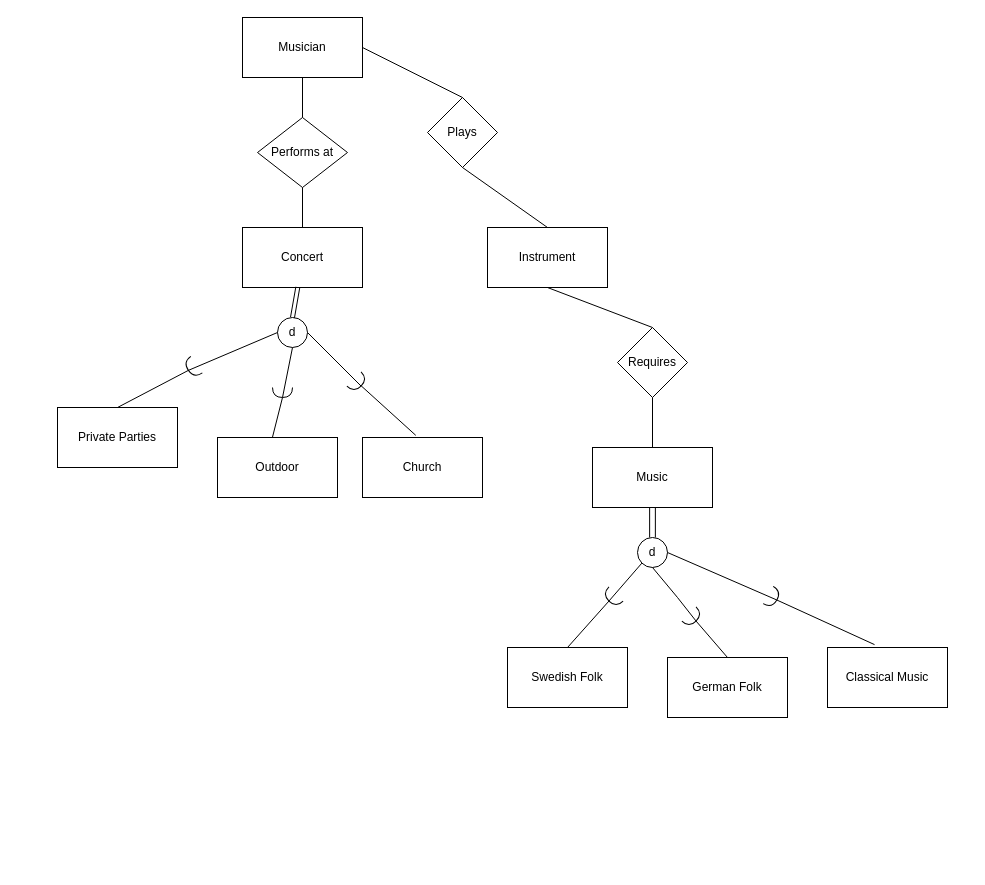
The draw.io diagram Untitled Diagram.drawio in codestrummer29/dbd, before the edit. Source tidied: cells renumbered, new cells numbered last; positions are measured from the earlier drawing's top-left corner, leaving out a move shared by most shapes. Both pictures are drawn from the tidied source at 100%, with x=0, y=0 at pixel (57, 17).
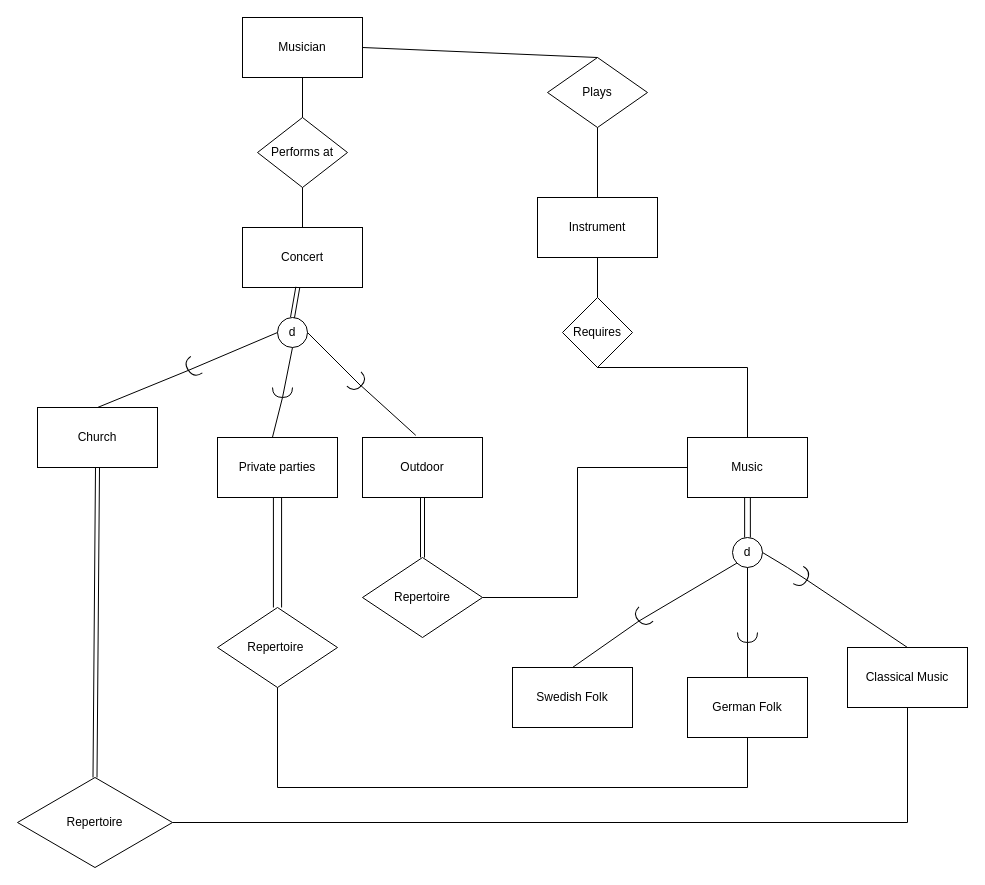
After the change.

The edit, as a diff of the source:
```diff
@@
-    <mxCell id="3" value="Private Parties" style="rounded=0;whiteSpace=wrap;html=1;" parent="1" vertex="1">
-      <mxGeometry y="390" width="120" height="60" as="geometry" />
+    <mxCell id="3" value="Church" style="rounded=0;whiteSpace=wrap;html=1;" parent="1" vertex="1">
+      <mxGeometry x="-20" y="390" width="120" height="60" as="geometry" />
     </mxCell>
-    <mxCell id="4" value="Outdoor" style="rounded=0;whiteSpace=wrap;html=1;" parent="1" vertex="1">
+    <mxCell id="4" value="Private parties" style="rounded=0;whiteSpace=wrap;html=1;" parent="1" vertex="1">
       <mxGeometry x="160" y="420" width="120" height="60" as="geometry" />
     </mxCell>
-    <mxCell id="5" value="Church" style="rounded=0;whiteSpace=wrap;html=1;" parent="1" vertex="1">
+    <mxCell id="5" value="Outdoor" style="rounded=0;whiteSpace=wrap;html=1;" parent="1" vertex="1">
       <mxGeometry x="305" y="420" width="120" height="60" as="geometry" />
     </mxCell>
@@
     <mxCell id="21" value="Plays" style="rhombus;whiteSpace=wrap;html=1;rotation=0;" parent="1" vertex="1">
-      <mxGeometry x="370" y="80" width="70" height="70" as="geometry" />
+      <mxGeometry x="490" y="40" width="100" height="70" as="geometry" />
     </mxCell>
@@
     <mxCell id="24" value="Instrument" style="rounded=0;whiteSpace=wrap;html=1;" parent="1" vertex="1">
-      <mxGeometry x="430" y="210" width="120" height="60" as="geometry" />
+      <mxGeometry x="480" y="180" width="120" height="60" as="geometry" />
     </mxCell>
@@
     <mxCell id="26" value="Requires" style="rhombus;whiteSpace=wrap;html=1;rotation=0;" parent="1" vertex="1">
-      <mxGeometry x="560" y="310" width="70" height="70" as="geometry" />
+      <mxGeometry x="505" y="280" width="70" height="70" as="geometry" />
     </mxCell>
     <mxCell id="27" value="Music" style="rounded=0;whiteSpace=wrap;html=1;" parent="1" vertex="1">
-      <mxGeometry x="535" y="430" width="120" height="60" as="geometry" />
+      <mxGeometry x="630" y="420" width="120" height="60" as="geometry" />
     </mxCell>
     <mxCell id="28" style="endArrow=none;html=1;rounded=0;strokeColor=default;entryX=0.5;entryY=1;entryDx=0;entryDy=0;exitX=0.5;exitY=0;exitDx=0;exitDy=0;" parent="1" edge="1" source="27" target="26">
-      <mxGeometry relative="1" as="geometry" />
+      <mxGeometry relative="1" as="geometry">
+        <Array as="points">
+          <mxPoint x="690" y="350" />
+        </Array>
+      </mxGeometry>
     </mxCell>
     <mxCell id="29" value="d" style="ellipse;whiteSpace=wrap;html=1;" parent="1" vertex="1">
-      <mxGeometry x="580" y="520" width="30" height="30" as="geometry" />
+      <mxGeometry x="675" y="520" width="30" height="30" as="geometry" />
     </mxCell>
@@
     <mxCell id="32" style="shape=requiredInterface;html=1;verticalLabelPosition=bottom;sketch=0;rotation=-225;" parent="1" vertex="1">
-      <mxGeometry x="550" y="570" width="10" height="20" as="geometry" />
+      <mxGeometry x="580" y="590" width="10" height="20" as="geometry" />
     </mxCell>
@@
     <mxCell id="34" value="Swedish Folk" style="rounded=0;whiteSpace=wrap;html=1;" parent="1" vertex="1">
-      <mxGeometry x="450" y="630" width="120" height="60" as="geometry" />
+      <mxGeometry x="455" y="650" width="120" height="60" as="geometry" />
     </mxCell>
     <mxCell id="35" style="endArrow=none;html=1;rounded=0;strokeColor=default;exitX=0.5;exitY=1;exitDx=0;exitDy=0;entryX=1;entryY=0.5;entryDx=0;entryDy=0;entryPerimeter=0;" parent="1" edge="1" source="29" target="36">
-      <mxGeometry relative="1" as="geometry">
-        <Array as="points">
-          <mxPoint x="620" y="580" />
-        </Array>
-      </mxGeometry>
+      <mxGeometry relative="1" as="geometry" />
     </mxCell>
-    <mxCell id="36" style="shape=requiredInterface;html=1;verticalLabelPosition=bottom;sketch=0;rotation=45;" parent="1" vertex="1">
-      <mxGeometry x="630" y="590" width="10" height="20" as="geometry" />
+    <mxCell id="36" style="shape=requiredInterface;html=1;verticalLabelPosition=bottom;sketch=0;rotation=90;" parent="1" vertex="1">
+      <mxGeometry x="685" y="610" width="10" height="20" as="geometry" />
     </mxCell>
@@
     <mxCell id="38" value="German Folk" style="rounded=0;whiteSpace=wrap;html=1;" parent="1" vertex="1">
-      <mxGeometry x="610" y="640" width="120" height="60" as="geometry" />
+      <mxGeometry x="630" y="660" width="120" height="60" as="geometry" />
     </mxCell>
     <mxCell id="39" style="endArrow=none;html=1;rounded=0;strokeColor=default;exitX=1;exitY=0.5;exitDx=0;exitDy=0;entryX=1;entryY=0.5;entryDx=0;entryDy=0;entryPerimeter=0;" parent="1" edge="1" source="29" target="40">
-      <mxGeometry relative="1" as="geometry" />
+      <mxGeometry relative="1" as="geometry">
+        <Array as="points">
+          <mxPoint x="730" y="550" />
+        </Array>
+      </mxGeometry>
     </mxCell>
     <mxCell id="40" style="shape=requiredInterface;html=1;verticalLabelPosition=bottom;sketch=0;rotation=30;" parent="1" vertex="1">
-      <mxGeometry x="710" y="570" width="10" height="20" as="geometry" />
+      <mxGeometry x="740" y="550" width="10" height="20" as="geometry" />
     </mxCell>
-    <mxCell id="41" style="endArrow=none;html=1;rounded=0;strokeColor=default;entryX=1;entryY=0.5;entryDx=0;entryDy=0;entryPerimeter=0;exitX=0.392;exitY=-0.048;exitDx=0;exitDy=0;exitPerimeter=0;" parent="1" edge="1" source="42" target="40">
+    <mxCell id="41" style="endArrow=none;html=1;rounded=0;strokeColor=default;entryX=1;entryY=0.5;entryDx=0;entryDy=0;entryPerimeter=0;exitX=0.5;exitY=0;exitDx=0;exitDy=0;" parent="1" edge="1" source="42" target="40">
       <mxGeometry relative="1" as="geometry" />
     </mxCell>
     <mxCell id="42" value="Classical Music" style="rounded=0;whiteSpace=wrap;html=1;" parent="1" vertex="1">
-      <mxGeometry x="770" y="630" width="120" height="60" as="geometry" />
+      <mxGeometry x="790" y="630" width="120" height="60" as="geometry" />
     </mxCell>
+    <mxCell id="43" value="Repertoire" style="shape=rhombus;perimeter=rhombusPerimeter;whiteSpace=wrap;html=1;align=center;" parent="1" vertex="1">
+      <mxGeometry x="-40" y="760" width="155" height="90" as="geometry" />
+    </mxCell>
+    <mxCell id="44" value="Repertoire&amp;nbsp;" style="shape=rhombus;perimeter=rhombusPerimeter;whiteSpace=wrap;html=1;align=center;" parent="1" vertex="1">
+      <mxGeometry x="160" y="590" width="120" height="80" as="geometry" />
+    </mxCell>
+    <mxCell id="45" style="endArrow=none;html=1;rounded=0;targetPerimeterSpacing=1;entryX=0.5;entryY=1;entryDx=0;entryDy=0;exitX=1;exitY=0.5;exitDx=0;exitDy=0;" parent="1" edge="1" source="43" target="42">
+      <mxGeometry relative="1" as="geometry">
+        <Array as="points">
+          <mxPoint x="850" y="805" />
+        </Array>
+      </mxGeometry>
+    </mxCell>
+    <mxCell id="46" style="endArrow=none;html=1;rounded=0;targetPerimeterSpacing=1;entryX=0.5;entryY=1;entryDx=0;entryDy=0;exitX=0.5;exitY=1;exitDx=0;exitDy=0;" parent="1" edge="1" source="44" target="38">
+      <mxGeometry relative="1" as="geometry">
+        <Array as="points">
+          <mxPoint x="220" y="770" />
+          <mxPoint x="690" y="770" />
+        </Array>
+      </mxGeometry>
+    </mxCell>
+    <mxCell id="47" style="shape=link;html=1;rounded=0;targetPerimeterSpacing=1;exitX=0.5;exitY=1;exitDx=0;exitDy=0;entryX=0.5;entryY=0;entryDx=0;entryDy=0;width=8.18181818181818;" parent="1" edge="1" source="4" target="44">
+      <mxGeometry relative="1" as="geometry" />
+    </mxCell>
+    <mxCell id="48" style="shape=link;html=1;rounded=0;targetPerimeterSpacing=1;entryX=0.5;entryY=0;entryDx=0;entryDy=0;exitX=0.5;exitY=1;exitDx=0;exitDy=0;" parent="1" edge="1" source="3" target="43">
+      <mxGeometry relative="1" as="geometry" />
+    </mxCell>
+    <mxCell id="49" value="Repertoire" style="shape=rhombus;perimeter=rhombusPerimeter;whiteSpace=wrap;html=1;align=center;" parent="1" vertex="1">
+      <mxGeometry x="305" y="540" width="120" height="80" as="geometry" />
+    </mxCell>
+    <mxCell id="50" style="endArrow=none;html=1;rounded=0;targetPerimeterSpacing=1;entryX=0;entryY=0.5;entryDx=0;entryDy=0;exitX=1;exitY=0.5;exitDx=0;exitDy=0;" parent="1" edge="1" source="49" target="27">
+      <mxGeometry relative="1" as="geometry">
+        <Array as="points">
+          <mxPoint x="520" y="580" />
+          <mxPoint x="520" y="450" />
+        </Array>
+      </mxGeometry>
+    </mxCell>
+    <mxCell id="51" style="shape=link;html=1;rounded=0;targetPerimeterSpacing=1;exitX=0.5;exitY=1;exitDx=0;exitDy=0;entryX=0.5;entryY=0;entryDx=0;entryDy=0;" parent="1" edge="1" source="5" target="49">
+      <mxGeometry relative="1" as="geometry" />
+    </mxCell>
```
